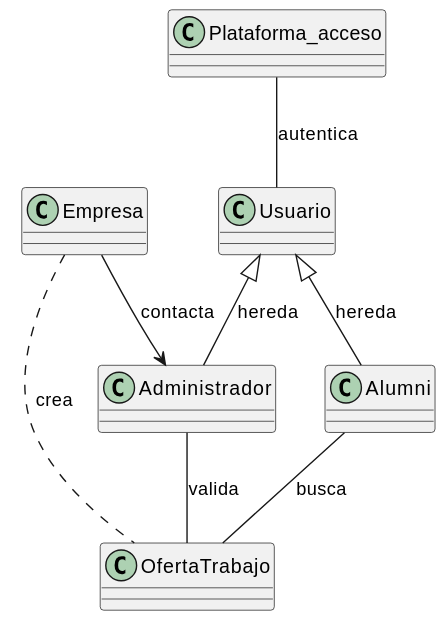
This is modelosUML/ModeloDominio/svg/diagramaClases.svg from mmasias/24-25-IdSw1-SDR, a PlantUML export, as it was before one commit.
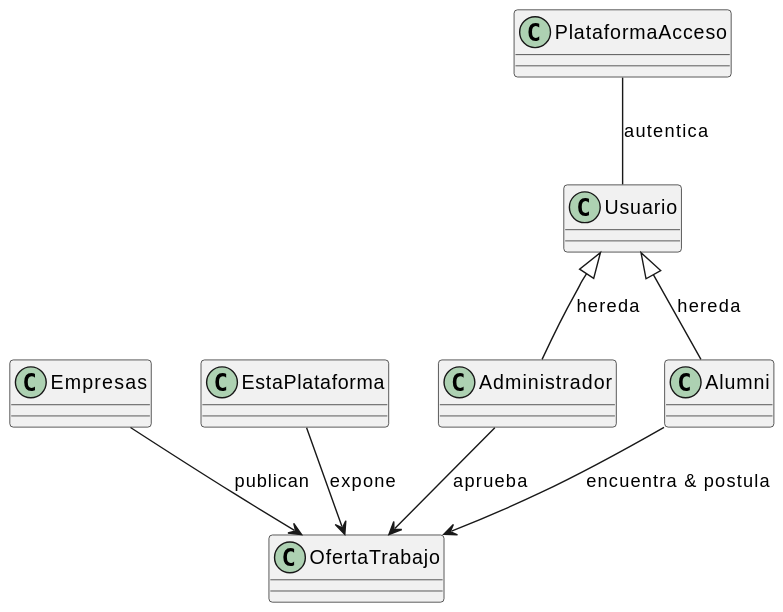
After the change.

Commit message:
actualizacion diagramaClases

Diff of the diagram source:
```diff
@@ -8,21 +8,20 @@
 class Alumni {
 }
 
-class Empresa {
+class Empresas {
 }
 
 class OfertaTrabajo {
 }
 
-class Plataforma_acceso {
+class PlataformaAcceso {
 }
-
 
 Usuario <|-- Administrador : hereda
 Usuario <|-- Alumni : hereda
-Empresa .. OfertaTrabajo : crea
-Plataforma_acceso -- Usuario : autentica
-Empresa --> Administrador : contacta
-Administrador -- OfertaTrabajo : valida
-Alumni -- OfertaTrabajo : busca
+PlataformaAcceso -- Usuario : autentica
+Empresas --> OfertaTrabajo : publican
+Administrador --> OfertaTrabajo : aprueba
+Alumni --> OfertaTrabajo : encuentra & postula
+EstaPlataforma --> OfertaTrabajo : expone
 @enduml
```
